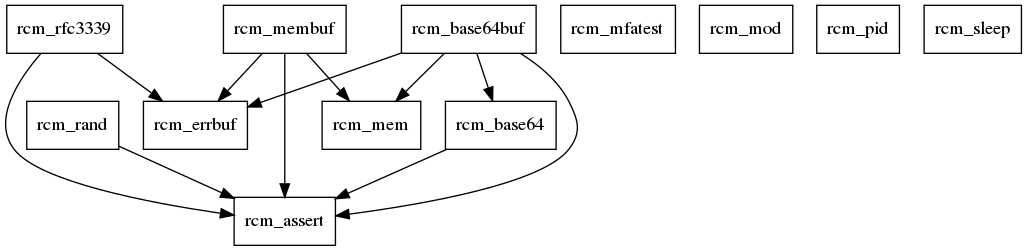
The Graphviz diagram docs/module_deps.png in librcm/librcm, before a commit. Its source is kept beside it as docs/module_deps.dot.
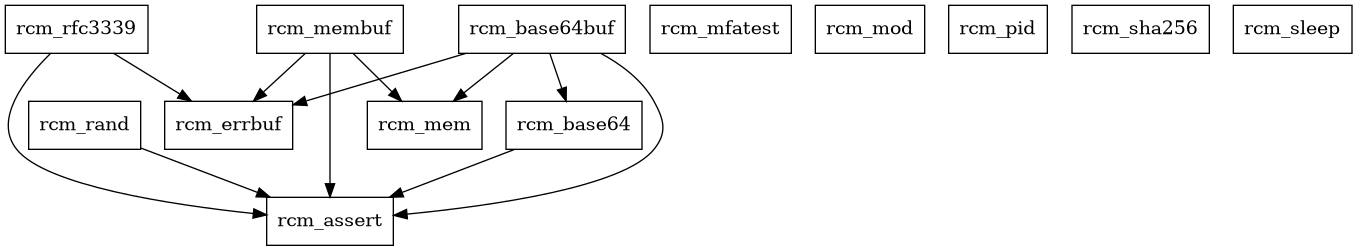
Later version of the same file.

Commit message:
document sha256 module

The edit, as a diff of the source:
```diff
@@ -10,6 +10,7 @@
   rcm_pid [shape=box]
   rcm_rand [shape=box]
   rcm_rfc3339 [shape=box]
+  rcm_sha256[shape=box]
   rcm_sleep [shape=box]
   rcm_base64 -> rcm_assert
   rcm_base64buf -> rcm_assert
```
